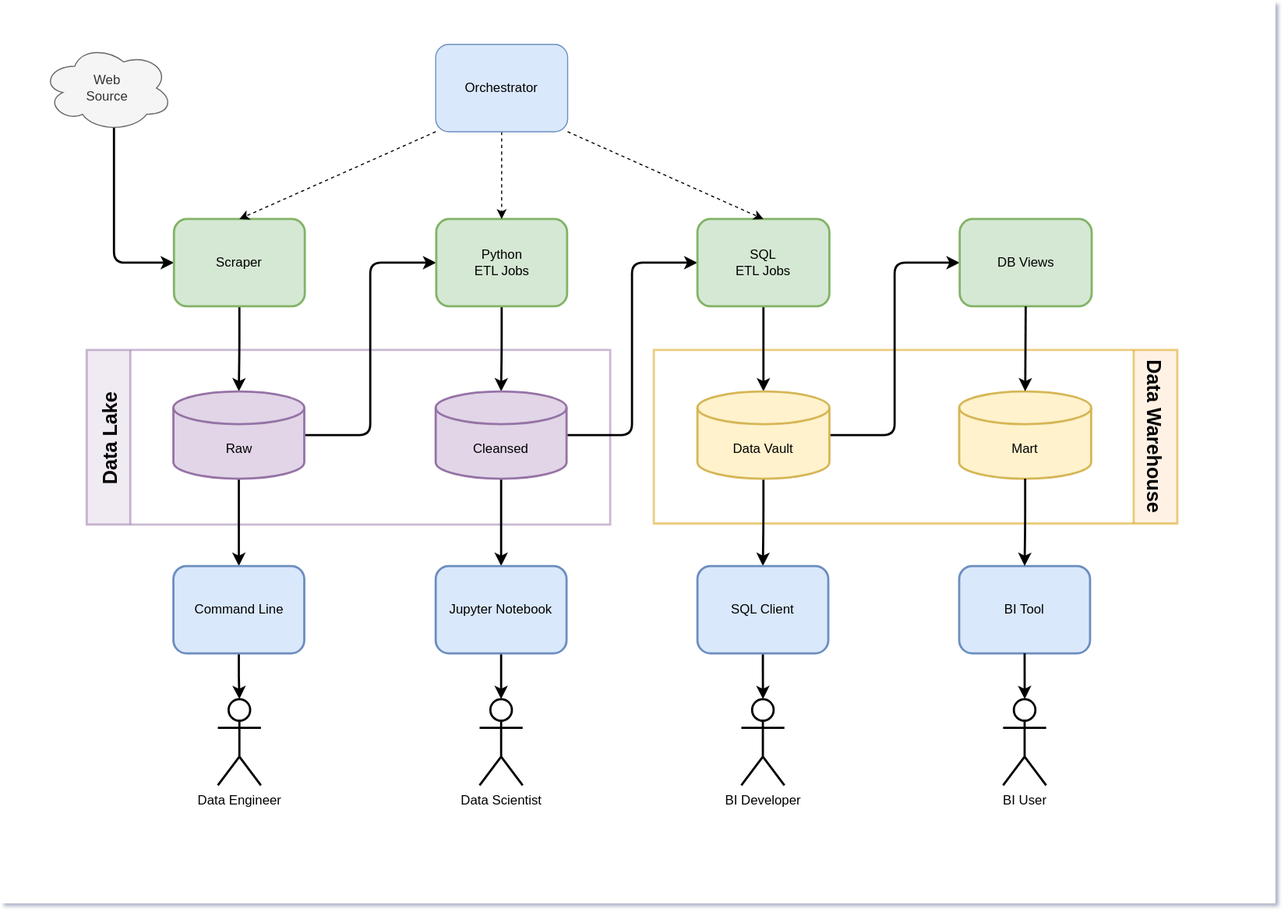
petracarrion/job-market-analytics keeps this draw.io diagram as doc/architecture-overview.drawio.svg. Above is the earlier version. Source tidied: cells renumbered, new cells last; positions are measured from the earlier drawing's top-left corner, leaving out a move shared by most shapes.
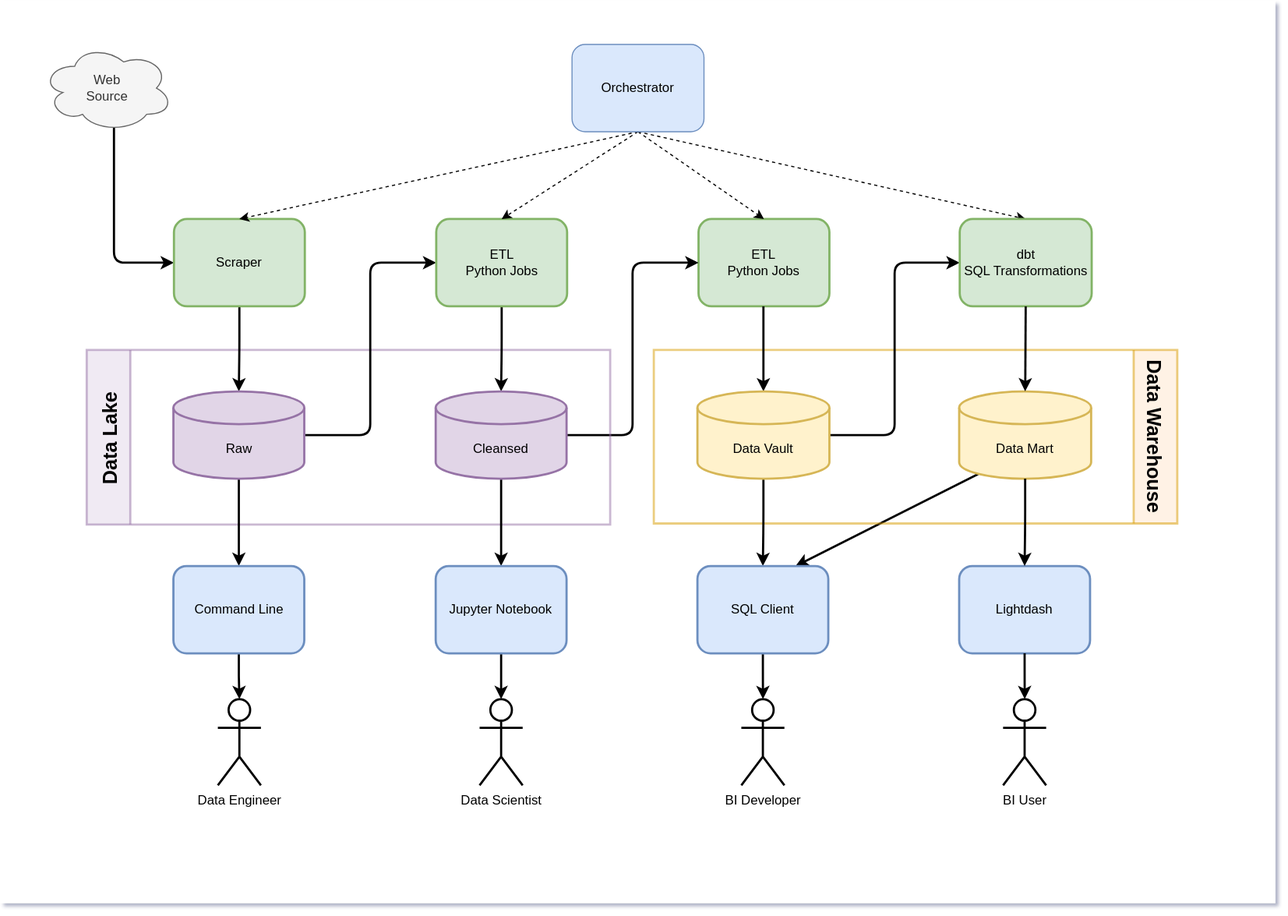
After the commit.

The edit, as a diff of the source:
```diff
@@ -5,6 +5,21 @@
     <mxCell id="2" style="rounded=0;whiteSpace=wrap;html=1;strokeColor=none;" parent="1" vertex="1">
       <mxGeometry width="1169" height="827" as="geometry" />
     </mxCell>
+    <mxCell id="43" style="rounded=1;jettySize=auto;html=1;strokeWidth=2;exitX=0.145;exitY=1;exitDx=0;exitDy=-4.35;exitPerimeter=0;entryX=0.75;entryY=0;entryDx=0;entryDy=0;" parent="1" edge="1" source="33" target="24">
+      <mxGeometry relative="1" as="geometry" />
+    </mxCell>
+    <mxCell id="44" style="edgeStyle=none;rounded=0;jettySize=auto;html=1;entryX=0.5;entryY=0;entryDx=0;entryDy=0;exitX=0.5;exitY=1;exitDx=0;exitDy=0;dashed=1;" parent="1" edge="1" source="42" target="32">
+      <mxGeometry relative="1" as="geometry" />
+    </mxCell>
+    <mxCell id="45" value="ETL&lt;br&gt;Python Jobs" style="rounded=1;whiteSpace=wrap;html=1;fillColor=#d5e8d4;strokeColor=#82b366;strokeWidth=2;perimeterSpacing=0;" parent="1" vertex="1">
+      <mxGeometry x="640" y="200" width="120" height="80" as="geometry" />
+    </mxCell>
+    <mxCell id="46" style="edgeStyle=orthogonalEdgeStyle;rounded=1;jettySize=auto;html=1;entryX=0;entryY=0.5;entryDx=0;entryDy=0;strokeWidth=2;exitX=1;exitY=0.5;exitDx=0;exitDy=0;exitPerimeter=0;" parent="1" edge="1" source="17" target="45">
+      <mxGeometry relative="1" as="geometry" />
+    </mxCell>
+    <mxCell id="47" style="edgeStyle=none;rounded=0;jettySize=auto;html=1;entryX=0.5;entryY=0;entryDx=0;entryDy=0;exitX=0.5;exitY=1;exitDx=0;exitDy=0;dashed=1;" parent="1" edge="1" source="42" target="45">
+      <mxGeometry relative="1" as="geometry" />
+    </mxCell>
     <mxCell id="3" value="Overview" parent="0" />
     <mxCell id="4" value="Data Lake" style="swimlane;horizontal=0;fontSize=18;startSize=40;fillColor=#e1d5e7;strokeColor=#9673a6;strokeWidth=2;opacity=50;" parent="3" vertex="1">
       <mxGeometry x="79" y="320" width="480" height="160" as="geometry" />
@@ -37,27 +52,23 @@
     <mxCell id="12" value="Raw" style="shape=cylinder3;whiteSpace=wrap;html=1;boundedLbl=1;backgroundOutline=1;size=15;fillColor=#e1d5e7;strokeColor=#9673a6;strokeWidth=2;perimeterSpacing=0;" parent="3" vertex="1">
       <mxGeometry x="158.5" y="358" width="120" height="80" as="geometry" />
     </mxCell>
-    <mxCell id="13" style="edgeStyle=orthogonalEdgeStyle;rounded=1;jettySize=auto;html=1;strokeWidth=2;" parent="3" edge="1" source="14" target="17">
+    <mxCell id="13" style="edgeStyle=orthogonalEdgeStyle;rounded=1;jettySize=auto;html=1;strokeWidth=2;entryX=0.5;entryY=0;entryDx=0;entryDy=0;entryPerimeter=0;exitX=0.5;exitY=1;exitDx=0;exitDy=0;" parent="3" edge="1" source="14" target="17">
       <mxGeometry relative="1" as="geometry" />
     </mxCell>
-    <mxCell id="14" value="Python&lt;br&gt;ETL Jobs" style="rounded=1;whiteSpace=wrap;html=1;fillColor=#d5e8d4;strokeColor=#82b366;strokeWidth=2;perimeterSpacing=0;" parent="3" vertex="1">
+    <mxCell id="14" value="ETL&lt;br&gt;Python Jobs" style="rounded=1;whiteSpace=wrap;html=1;fillColor=#d5e8d4;strokeColor=#82b366;strokeWidth=2;perimeterSpacing=0;" parent="3" vertex="1">
       <mxGeometry x="399.5" y="200" width="120" height="80" as="geometry" />
     </mxCell>
-    <mxCell id="15" style="edgeStyle=orthogonalEdgeStyle;rounded=1;jettySize=auto;html=1;entryX=0;entryY=0.5;entryDx=0;entryDy=0;strokeWidth=2;" parent="3" edge="1" source="17" target="19">
-      <mxGeometry relative="1" as="geometry" />
-    </mxCell>
     <mxCell id="16" style="edgeStyle=orthogonalEdgeStyle;rounded=1;jettySize=auto;html=1;entryX=0.5;entryY=0;entryDx=0;entryDy=0;fontSize=48;strokeWidth=2;" parent="3" edge="1" source="17" target="27">
       <mxGeometry relative="1" as="geometry" />
     </mxCell>
     <mxCell id="17" value="Cleansed" style="shape=cylinder3;whiteSpace=wrap;html=1;boundedLbl=1;backgroundOutline=1;size=15;fillColor=#e1d5e7;strokeColor=#9673a6;strokeWidth=2;perimeterSpacing=0;" parent="3" vertex="1">
       <mxGeometry x="399" y="358" width="120" height="80" as="geometry" />
     </mxCell>
-    <mxCell id="18" style="edgeStyle=orthogonalEdgeStyle;rounded=1;jettySize=auto;html=1;entryX=0.5;entryY=0;entryDx=0;entryDy=0;entryPerimeter=0;strokeWidth=2;jumpStyle=arc;shadow=0;sketch=0;" parent="3" edge="1" source="19" target="22">
-      <mxGeometry relative="1" as="geometry" />
+    <mxCell id="18" style="edgeStyle=orthogonalEdgeStyle;rounded=1;jettySize=auto;html=1;entryX=0.5;entryY=0;entryDx=0;entryDy=0;entryPerimeter=0;strokeWidth=2;jumpStyle=arc;shadow=0;sketch=0;" parent="3" edge="1" target="22">
+      <mxGeometry relative="1" as="geometry">
+        <mxPoint x="699.5" y="280" as="sourcePoint" />
+      </mxGeometry>
     </mxCell>
-    <mxCell id="19" value="SQL&lt;br&gt;ETL Jobs" style="rounded=1;whiteSpace=wrap;html=1;fillColor=#d5e8d4;strokeColor=#82b366;strokeWidth=2;perimeterSpacing=0;" parent="3" vertex="1">
-      <mxGeometry x="639" y="200" width="121" height="80" as="geometry" />
-    </mxCell>
     <mxCell id="20" style="edgeStyle=orthogonalEdgeStyle;rounded=1;jettySize=auto;html=1;strokeWidth=2;" parent="3" edge="1" source="22" target="24">
       <mxGeometry relative="1" as="geometry" />
     </mxCell>
@@ -94,16 +105,16 @@
     <mxCell id="31" value="Data Engineer" style="shape=umlActor;verticalLabelPosition=bottom;verticalAlign=top;html=1;outlineConnect=0;strokeWidth=2;" parent="3" vertex="1">
       <mxGeometry x="199.2" y="640" width="39.5" height="79" as="geometry" />
     </mxCell>
-    <mxCell id="32" value="DB Views" style="rounded=1;whiteSpace=wrap;html=1;fillColor=#d5e8d4;strokeColor=#82b366;strokeWidth=2;perimeterSpacing=0;" parent="3" vertex="1">
+    <mxCell id="32" value="dbt&lt;br&gt;SQL Transformations" style="rounded=1;whiteSpace=wrap;html=1;fillColor=#d5e8d4;strokeColor=#82b366;strokeWidth=2;perimeterSpacing=0;" parent="3" vertex="1">
       <mxGeometry x="879.5" y="200" width="121" height="80" as="geometry" />
     </mxCell>
-    <mxCell id="33" value="Mart" style="shape=cylinder3;whiteSpace=wrap;html=1;boundedLbl=1;backgroundOutline=1;size=15;fillColor=#fff2cc;strokeColor=#d6b656;strokeWidth=2;perimeterSpacing=0;" parent="3" vertex="1">
+    <mxCell id="33" value="Data Mart" style="shape=cylinder3;whiteSpace=wrap;html=1;boundedLbl=1;backgroundOutline=1;size=15;fillColor=#fff2cc;strokeColor=#d6b656;strokeWidth=2;perimeterSpacing=0;" parent="3" vertex="1">
       <mxGeometry x="879" y="358" width="121" height="80" as="geometry" />
     </mxCell>
     <mxCell id="34" style="edgeStyle=orthogonalEdgeStyle;rounded=1;jettySize=auto;html=1;entryX=0.5;entryY=0;entryDx=0;entryDy=0;entryPerimeter=0;strokeWidth=2;jumpStyle=arc;shadow=0;sketch=0;" parent="3" edge="1" source="32" target="33">
       <mxGeometry relative="1" as="geometry" />
     </mxCell>
-    <mxCell id="35" value="BI Tool" style="rounded=1;whiteSpace=wrap;html=1;fillColor=#dae8fc;strokeColor=#6c8ebf;strokeWidth=2;" parent="3" vertex="1">
+    <mxCell id="35" value="Lightdash" style="rounded=1;whiteSpace=wrap;html=1;fillColor=#dae8fc;strokeColor=#6c8ebf;strokeWidth=2;" parent="3" vertex="1">
       <mxGeometry x="879" y="518" width="120" height="80" as="geometry" />
     </mxCell>
     <mxCell id="36" style="edgeStyle=orthogonalEdgeStyle;rounded=1;jettySize=auto;html=1;strokeWidth=2;" parent="3" edge="1" source="33" target="35">
@@ -115,17 +126,14 @@
     <mxCell id="38" style="edgeStyle=orthogonalEdgeStyle;rounded=1;jettySize=auto;html=1;strokeWidth=2;" parent="3" edge="1" source="35" target="37">
       <mxGeometry relative="1" as="geometry" />
     </mxCell>
-    <mxCell id="39" style="rounded=0;jettySize=auto;html=1;entryX=0.5;entryY=0;entryDx=0;entryDy=0;exitX=0;exitY=1;exitDx=0;exitDy=0;strokeWidth=1;dashed=1;endArrow=classic;endFill=1;" parent="3" edge="1" source="42" target="9">
+    <mxCell id="39" style="rounded=0;jettySize=auto;html=1;entryX=0.5;entryY=0;entryDx=0;entryDy=0;exitX=0.5;exitY=1;exitDx=0;exitDy=0;strokeWidth=1;dashed=1;endArrow=classic;endFill=1;" parent="3" edge="1" source="42" target="9">
       <mxGeometry relative="1" as="geometry" />
     </mxCell>
     <mxCell id="40" style="edgeStyle=none;rounded=0;jettySize=auto;html=1;entryX=0.5;entryY=0;entryDx=0;entryDy=0;exitX=0.5;exitY=1;exitDx=0;exitDy=0;dashed=1;" parent="3" edge="1" source="42" target="14">
       <mxGeometry relative="1" as="geometry" />
     </mxCell>
-    <mxCell id="41" style="edgeStyle=none;rounded=0;jettySize=auto;html=1;entryX=0.5;entryY=0;entryDx=0;entryDy=0;exitX=1;exitY=1;exitDx=0;exitDy=0;dashed=1;" parent="3" edge="1" source="42" target="19">
-      <mxGeometry relative="1" as="geometry" />
-    </mxCell>
     <mxCell id="42" value="Orchestrator" style="rounded=1;whiteSpace=wrap;html=1;fillColor=#dae8fc;strokeColor=#6c8ebf;" parent="3" vertex="1">
-      <mxGeometry x="399" y="40" width="121" height="80" as="geometry" />
+      <mxGeometry x="524" y="40" width="121" height="80" as="geometry" />
     </mxCell>
   </root>
 </mxGraphModel>
```
